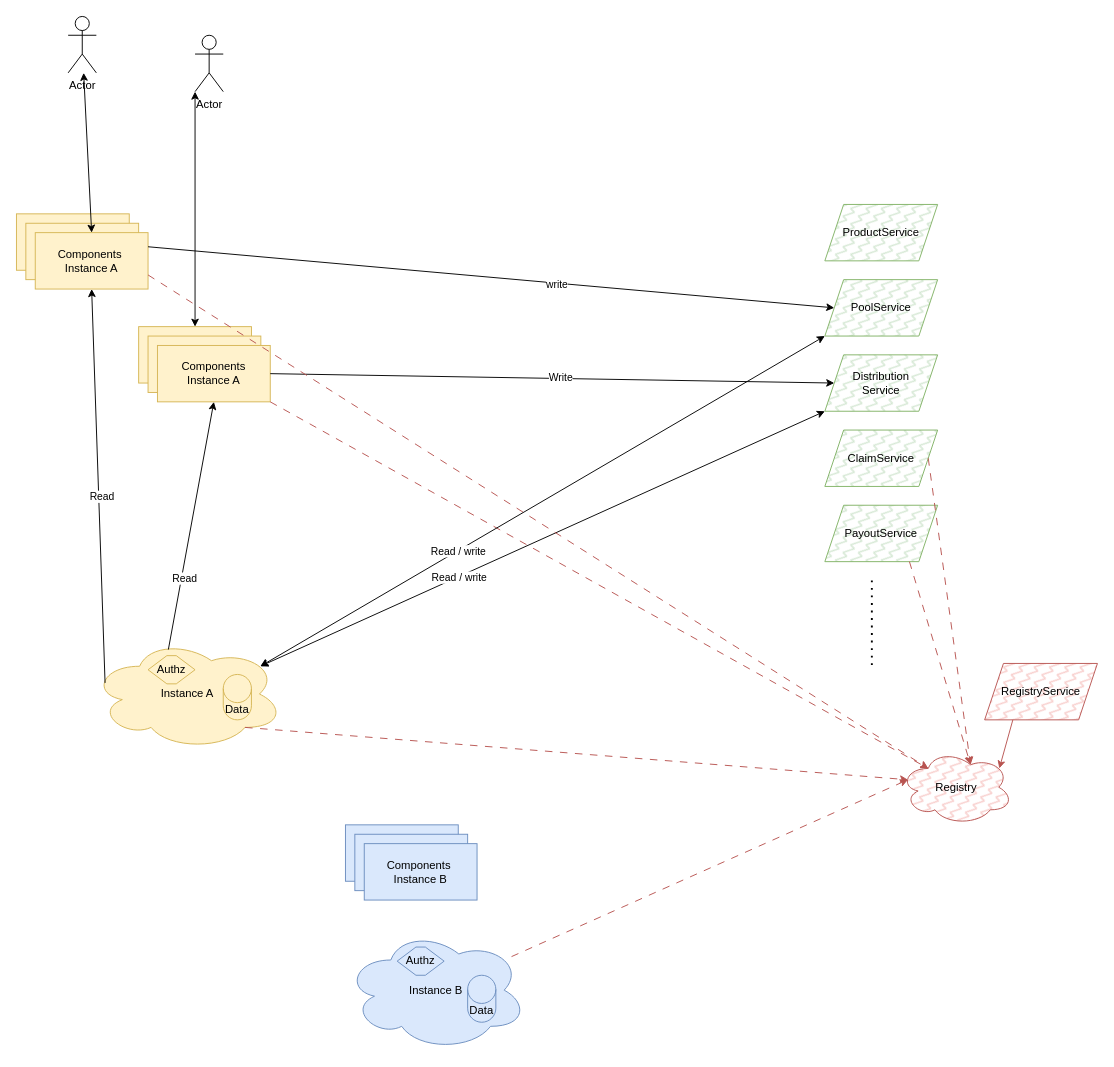
Earlier version of the draw.io diagram page "Overview" (1 of 3) of docs_manual/overall_architecture_diagram.drawio (etherisc/gif-next). Source tidied: cells renumbered, new cells numbered last; positions are measured from the earlier drawing's top-left corner, leaving out a move shared by most shapes. Both pictures are drawn from the tidied source at 94%, with x=0, y=0 at pixel (16, 16).
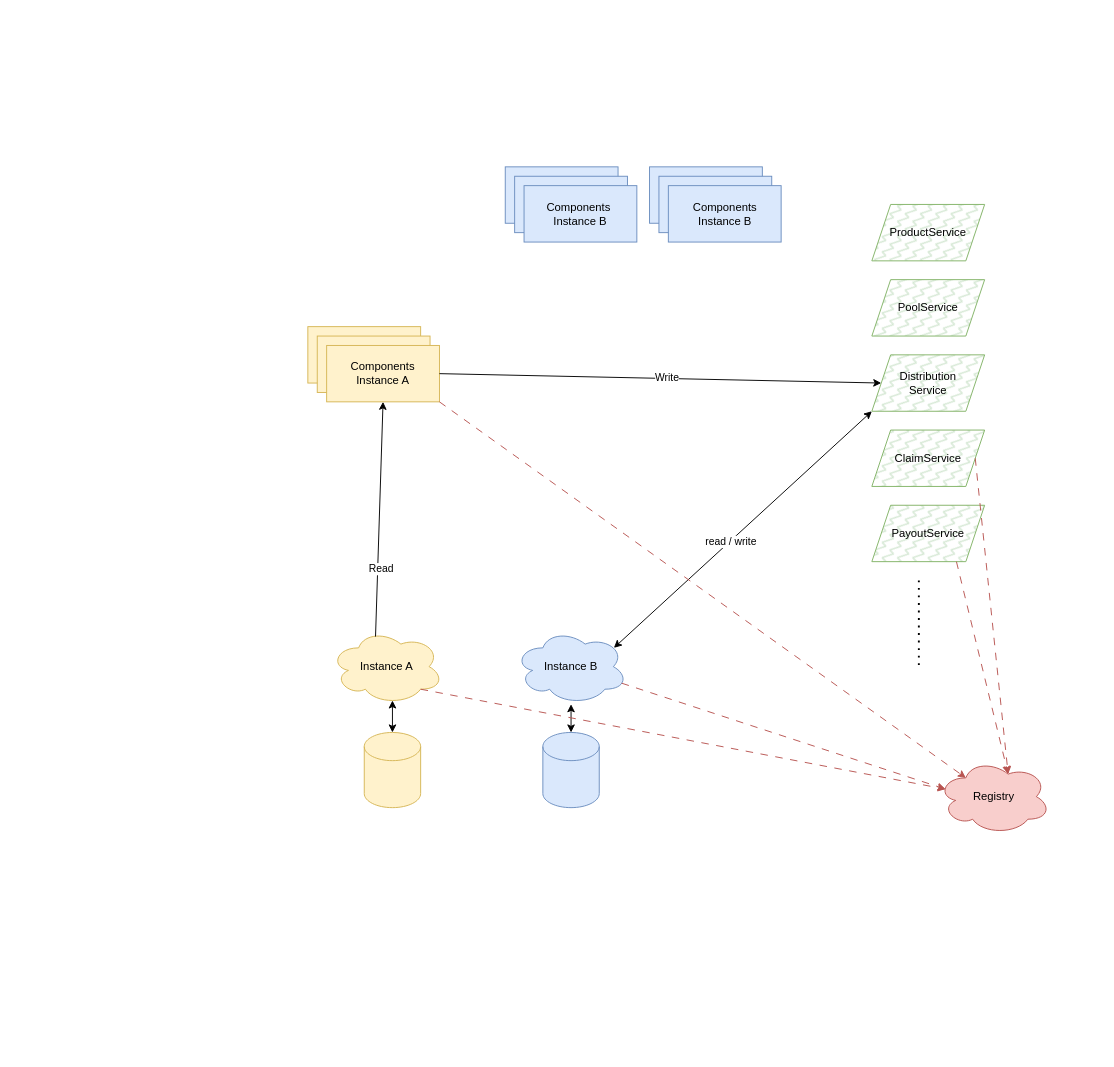
Above is the later version.

What changed in the source:
```diff
@@
+    <mxCell id="48" style="rounded=0;whiteSpace=wrap;html=1;fillColor=#dae8fc;strokeColor=#6c8ebf;" parent="1" vertex="1">
+      <mxGeometry x="673.5" y="160" width="120" height="60" as="geometry" />
+    </mxCell>
+    <mxCell id="49" style="rounded=0;whiteSpace=wrap;html=1;fillColor=#dae8fc;strokeColor=#6c8ebf;" parent="1" vertex="1">
+      <mxGeometry x="683.5" y="170" width="120" height="60" as="geometry" />
+    </mxCell>
+    <mxCell id="50" value="Components&lt;div&gt;Instance B&lt;/div&gt;" style="rounded=0;whiteSpace=wrap;html=1;fillColor=#dae8fc;strokeColor=#6c8ebf;" parent="1" vertex="1">
+      <mxGeometry x="693.5" y="180" width="120" height="60" as="geometry" />
+    </mxCell>
     <mxCell id="2" value="Instance A" style="ellipse;shape=cloud;whiteSpace=wrap;html=1;fillColor=#fff2cc;strokeColor=#d6b656;" parent="1" vertex="1">
-      <mxGeometry x="80" y="661.7" width="204" height="118.3" as="geometry" />
+      <mxGeometry x="334" y="651.7" width="120" height="80" as="geometry" />
     </mxCell>
     <mxCell id="3" value="Instance B" style="ellipse;shape=cloud;whiteSpace=wrap;html=1;fillColor=#dae8fc;strokeColor=#6c8ebf;" parent="1" vertex="1">
-      <mxGeometry x="350" y="971.7" width="193" height="128.3" as="geometry" />
+      <mxGeometry x="530" y="651.7" width="120" height="80" as="geometry" />
     </mxCell>
     <mxCell id="4" value="ProductService" style="shape=parallelogram;perimeter=parallelogramPerimeter;whiteSpace=wrap;html=1;fixedSize=1;fillColor=#d5e8d4;strokeColor=#82b366;gradientColor=none;fillStyle=zigzag-line;" parent="1" vertex="1">
-      <mxGeometry x="860" y="200" width="120" height="60" as="geometry" />
+      <mxGeometry x="910" y="200" width="120" height="60" as="geometry" />
     </mxCell>
     <mxCell id="5" value="PoolService" style="shape=parallelogram;perimeter=parallelogramPerimeter;whiteSpace=wrap;html=1;fixedSize=1;fillColor=#d5e8d4;strokeColor=#82b366;gradientColor=none;fillStyle=zigzag-line;" parent="1" vertex="1">
-      <mxGeometry x="860" y="280" width="120" height="60" as="geometry" />
+      <mxGeometry x="910" y="280" width="120" height="60" as="geometry" />
     </mxCell>
     <mxCell id="6" value="Distribution&lt;br&gt;Service" style="shape=parallelogram;perimeter=parallelogramPerimeter;whiteSpace=wrap;html=1;fixedSize=1;fillColor=#d5e8d4;strokeColor=#82b366;gradientColor=none;fillStyle=zigzag-line;" parent="1" vertex="1">
-      <mxGeometry x="860" y="360" width="120" height="60" as="geometry" />
+      <mxGeometry x="910" y="360" width="120" height="60" as="geometry" />
     </mxCell>
     <mxCell id="7" value="ClaimService" style="shape=parallelogram;perimeter=parallelogramPerimeter;whiteSpace=wrap;html=1;fixedSize=1;fillColor=#d5e8d4;strokeColor=#82b366;gradientColor=none;fillStyle=zigzag-line;" parent="1" vertex="1">
-      <mxGeometry x="860" y="440" width="120" height="60" as="geometry" />
+      <mxGeometry x="910" y="440" width="120" height="60" as="geometry" />
     </mxCell>
-    <mxCell id="8" value="Data" style="shape=cylinder3;whiteSpace=wrap;html=1;boundedLbl=1;backgroundOutline=1;size=15;fillColor=#dae8fc;strokeColor=#6c8ebf;" parent="1" vertex="1">
-      <mxGeometry x="480" y="1020" width="30" height="50" as="geometry" />
+    <mxCell id="8" style="shape=cylinder3;whiteSpace=wrap;html=1;boundedLbl=1;backgroundOutline=1;size=15;fillColor=#dae8fc;strokeColor=#6c8ebf;" parent="1" vertex="1">
+      <mxGeometry x="560" y="761.7" width="60" height="80" as="geometry" />
     </mxCell>
-    <mxCell id="9" value="Data" style="shape=cylinder3;whiteSpace=wrap;html=1;boundedLbl=1;backgroundOutline=1;size=15;fillColor=#fff2cc;strokeColor=#d6b656;" parent="1" vertex="1">
-      <mxGeometry x="220" y="700" width="30" height="48.3" as="geometry" />
+    <mxCell id="9" style="shape=cylinder3;whiteSpace=wrap;html=1;boundedLbl=1;backgroundOutline=1;size=15;fillColor=#fff2cc;strokeColor=#d6b656;" parent="1" vertex="1">
+      <mxGeometry x="370" y="761.7" width="60" height="80" as="geometry" />
     </mxCell>
     <mxCell id="10" style="rounded=0;whiteSpace=wrap;html=1;fillColor=#dae8fc;strokeColor=#6c8ebf;" parent="1" vertex="1">
-      <mxGeometry x="350" y="860" width="120" height="60" as="geometry" />
+      <mxGeometry x="520" y="160" width="120" height="60" as="geometry" />
     </mxCell>
     <mxCell id="11" style="rounded=0;whiteSpace=wrap;html=1;fillColor=#dae8fc;strokeColor=#6c8ebf;" parent="1" vertex="1">
-      <mxGeometry x="360" y="870" width="120" height="60" as="geometry" />
+      <mxGeometry x="530" y="170" width="120" height="60" as="geometry" />
     </mxCell>
     <mxCell id="12" value="Components&amp;nbsp;&lt;div&gt;Instance B&lt;/div&gt;" style="rounded=0;whiteSpace=wrap;html=1;fillColor=#dae8fc;strokeColor=#6c8ebf;" parent="1" vertex="1">
-      <mxGeometry x="370" y="880" width="120" height="60" as="geometry" />
+      <mxGeometry x="540" y="180" width="120" height="60" as="geometry" />
     </mxCell>
     <mxCell id="13" style="rounded=0;whiteSpace=wrap;html=1;fillColor=#fff2cc;strokeColor=#d6b656;" parent="1" vertex="1">
-      <mxGeometry x="130" y="330" width="120" height="60" as="geometry" />
+      <mxGeometry x="310" y="330" width="120" height="60" as="geometry" />
     </mxCell>
     <mxCell id="14" style="rounded=0;whiteSpace=wrap;html=1;fillColor=#fff2cc;strokeColor=#d6b656;" parent="1" vertex="1">
-      <mxGeometry x="140" y="340" width="120" height="60" as="geometry" />
+      <mxGeometry x="320" y="340" width="120" height="60" as="geometry" />
     </mxCell>
     <mxCell id="15" value="Components&lt;br&gt;Instance A" style="rounded=0;whiteSpace=wrap;html=1;fillColor=#fff2cc;strokeColor=#d6b656;" parent="1" vertex="1">
-      <mxGeometry x="150" y="350" width="120" height="60" as="geometry" />
+      <mxGeometry x="330" y="350" width="120" height="60" as="geometry" />
     </mxCell>
     <mxCell id="16" value="PayoutService" style="shape=parallelogram;perimeter=parallelogramPerimeter;whiteSpace=wrap;html=1;fixedSize=1;fillColor=#d5e8d4;strokeColor=#82b366;gradientColor=none;fillStyle=zigzag-line;" parent="1" vertex="1">
-      <mxGeometry x="860" y="520" width="120" height="60" as="geometry" />
+      <mxGeometry x="910" y="520" width="120" height="60" as="geometry" />
     </mxCell>
     <mxCell id="17" style="endArrow=none;dashed=1;html=1;dashPattern=1 3;strokeWidth=2;rounded=0;" parent="1" edge="1">
       <mxGeometry relative="1" as="geometry">
-        <mxPoint x="910" y="690" as="sourcePoint" />
-        <mxPoint x="910" y="600" as="targetPoint" />
+        <mxPoint x="960" y="690" as="sourcePoint" />
+        <mxPoint x="960" y="600" as="targetPoint" />
       </mxGeometry>
     </mxCell>
+    <mxCell id="51" style="endArrow=classic;startArrow=classic;html=1;rounded=0;exitX=0.5;exitY=0;exitDx=0;exitDy=0;exitPerimeter=0;" parent="1" edge="1" source="8" target="3">
+      <mxGeometry relative="1" as="geometry" />
+    </mxCell>
+    <mxCell id="52" style="endArrow=classic;startArrow=classic;html=1;rounded=0;exitX=0.5;exitY=0;exitDx=0;exitDy=0;exitPerimeter=0;entryX=0.55;entryY=0.95;entryDx=0;entryDy=0;entryPerimeter=0;" parent="1" edge="1" source="9" target="2">
+      <mxGeometry relative="1" as="geometry" />
+    </mxCell>
@@
-    <mxCell id="22" style="endArrow=classic;startArrow=classic;html=1;rounded=0;entryX=0;entryY=1;entryDx=0;entryDy=0;exitX=0.88;exitY=0.25;exitDx=0;exitDy=0;exitPerimeter=0;" parent="1" edge="1" source="2" target="6">
+    <mxCell id="22" style="endArrow=classic;startArrow=classic;html=1;rounded=0;entryX=0;entryY=1;entryDx=0;entryDy=0;exitX=0.88;exitY=0.25;exitDx=0;exitDy=0;exitPerimeter=0;" parent="1" edge="1" source="3" target="6">
       <mxGeometry relative="1" as="geometry" />
     </mxCell>
-    <mxCell id="23" value="Read / write" style="edgeLabel;html=1;align=center;verticalAlign=middle;" parent="22" vertex="1">
-      <mxGeometry x="-0.3" relative="1" as="geometry" />
-    </mxCell>
+    <mxCell id="53" value="read / write" style="edgeLabel;html=1;align=center;verticalAlign=middle;" parent="22" vertex="1">
+      <mxGeometry x="-0.1" relative="1" as="geometry" />
+    </mxCell>
-    <mxCell id="24" value="Registry" style="ellipse;shape=cloud;whiteSpace=wrap;html=1;fillColor=#f8cecc;strokeColor=#b85450;fillStyle=zigzag-line;" parent="1" vertex="1">
-      <mxGeometry x="940" y="780" width="120" height="80" as="geometry" />
+    <mxCell id="24" value="Registry" style="ellipse;shape=cloud;whiteSpace=wrap;html=1;fillColor=#f8cecc;strokeColor=#b85450;" parent="1" vertex="1">
+      <mxGeometry x="980" y="790" width="120" height="80" as="geometry" />
     </mxCell>
@@
-    <mxCell id="30" style="rounded=0;whiteSpace=wrap;html=1;fillColor=#fff2cc;strokeColor=#d6b656;" parent="1" vertex="1">
-      <mxGeometry y="210" width="120" height="60" as="geometry" />
-    </mxCell>
-    <mxCell id="31" style="rounded=0;whiteSpace=wrap;html=1;fillColor=#fff2cc;strokeColor=#d6b656;" parent="1" vertex="1">
-      <mxGeometry x="10" y="220" width="120" height="60" as="geometry" />
-    </mxCell>
-    <mxCell id="32" value="Components&amp;nbsp;&lt;div&gt;Instance A&lt;/div&gt;" style="rounded=0;whiteSpace=wrap;html=1;fillColor=#fff2cc;strokeColor=#d6b656;" parent="1" vertex="1">
-      <mxGeometry x="20" y="230" width="120" height="60" as="geometry" />
-    </mxCell>
-    <mxCell id="33" style="endArrow=classic;html=1;rounded=0;exitX=0.07;exitY=0.4;exitDx=0;exitDy=0;exitPerimeter=0;entryX=0.5;entryY=1;entryDx=0;entryDy=0;" parent="1" edge="1" source="2" target="32">
-      <mxGeometry relative="1" as="geometry" />
-    </mxCell>
-    <mxCell id="34" value="Read" style="edgeLabel;html=1;align=center;verticalAlign=middle;" parent="33" vertex="1">
-      <mxGeometry x="-0.05" y="-3" relative="1" as="geometry" />
-    </mxCell>
-    <mxCell id="35" style="endArrow=classic;html=1;rounded=0;exitX=1;exitY=0.25;exitDx=0;exitDy=0;entryX=0;entryY=0.5;entryDx=0;entryDy=0;" parent="1" edge="1" source="32" target="5">
-      <mxGeometry relative="1" as="geometry" />
-    </mxCell>
-    <mxCell id="36" value="write" style="edgeLabel;html=1;align=center;verticalAlign=middle;" parent="35" vertex="1">
-      <mxGeometry x="0.19" y="-1" relative="1" as="geometry" />
-    </mxCell>
-    <mxCell id="37" style="endArrow=classic;html=1;rounded=0;fillColor=#f8cecc;strokeColor=#b85450;dashed=1;dashPattern=8 8;entryX=0.25;entryY=0.25;entryDx=0;entryDy=0;entryPerimeter=0;exitX=1;exitY=0.75;exitDx=0;exitDy=0;" parent="1" edge="1" source="32" target="24">
-      <mxGeometry relative="1" as="geometry" />
-    </mxCell>
-    <mxCell id="38" value="RegistryService" style="shape=parallelogram;perimeter=parallelogramPerimeter;whiteSpace=wrap;html=1;fixedSize=1;fillColor=#f8cecc;strokeColor=#b85450;fillStyle=zigzag-line;" parent="1" vertex="1">
-      <mxGeometry x="1030" y="688.3" width="120" height="60" as="geometry" />
-    </mxCell>
-    <mxCell id="39" style="endArrow=classic;html=1;rounded=0;fillColor=#f8cecc;strokeColor=#b85450;entryX=0.88;entryY=0.25;entryDx=0;entryDy=0;entryPerimeter=0;exitX=0.25;exitY=1;exitDx=0;exitDy=0;" parent="1" edge="1" source="38" target="24">
-      <mxGeometry relative="1" as="geometry" />
-    </mxCell>
-    <mxCell id="40" value="Authz" style="shape=hexagon;perimeter=hexagonPerimeter2;whiteSpace=wrap;html=1;fixedSize=1;fillColor=#fff2cc;strokeColor=#d6b656;" parent="1" vertex="1">
-      <mxGeometry x="140" y="680" width="50" height="30" as="geometry" />
-    </mxCell>
-    <mxCell id="41" value="Authz" style="shape=hexagon;perimeter=hexagonPerimeter2;whiteSpace=wrap;html=1;fixedSize=1;fillColor=#dae8fc;strokeColor=#6c8ebf;" parent="1" vertex="1">
-      <mxGeometry x="405" y="990" width="50" height="30" as="geometry" />
-    </mxCell>
-    <mxCell id="42" style="endArrow=classic;startArrow=classic;html=1;rounded=0;entryX=0;entryY=1;entryDx=0;entryDy=0;exitX=0.88;exitY=0.25;exitDx=0;exitDy=0;exitPerimeter=0;" parent="1" edge="1" source="2" target="5">
-      <mxGeometry relative="1" as="geometry" />
-    </mxCell>
-    <mxCell id="43" value="Read / write" style="edgeLabel;html=1;align=center;verticalAlign=middle;" parent="42" vertex="1">
-      <mxGeometry x="-0.3" relative="1" as="geometry" />
-    </mxCell>
-    <mxCell id="44" value="Actor" style="shape=umlActor;verticalLabelPosition=bottom;verticalAlign=top;html=1;outlineConnect=0;" parent="1" vertex="1">
-      <mxGeometry x="55" width="30" height="60" as="geometry" />
-    </mxCell>
-    <mxCell id="45" style="endArrow=classic;startArrow=classic;html=1;rounded=0;exitX=0.5;exitY=0;exitDx=0;exitDy=0;" parent="1" edge="1" source="32" target="44">
-      <mxGeometry relative="1" as="geometry" />
-    </mxCell>
-    <mxCell id="46" value="Actor" style="shape=umlActor;verticalLabelPosition=bottom;verticalAlign=top;html=1;outlineConnect=0;" parent="1" vertex="1">
-      <mxGeometry x="190" y="20" width="30" height="60" as="geometry" />
-    </mxCell>
-    <mxCell id="47" style="endArrow=classic;startArrow=classic;html=1;rounded=0;entryX=0;entryY=1;entryDx=0;entryDy=0;entryPerimeter=0;exitX=0.5;exitY=0;exitDx=0;exitDy=0;" parent="1" edge="1" source="13" target="46">
-      <mxGeometry relative="1" as="geometry" />
-    </mxCell>
```
